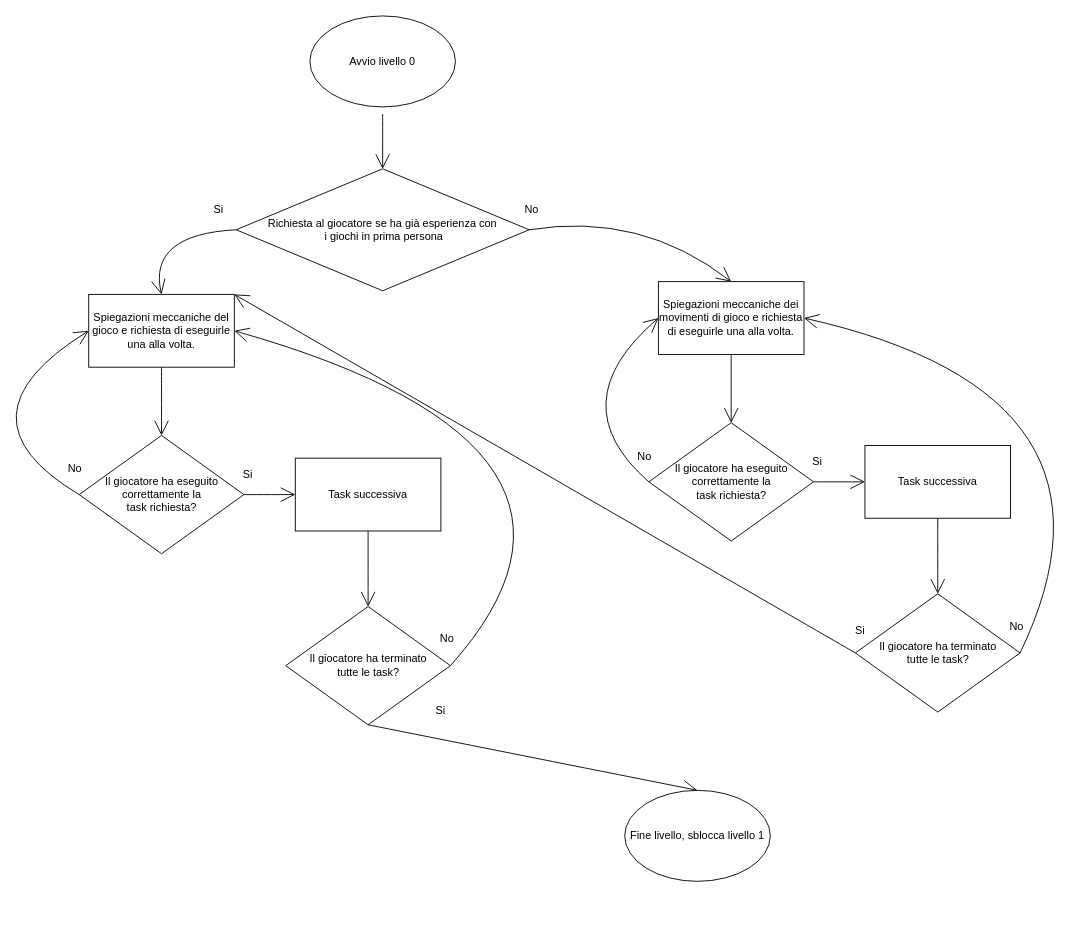
Earlier version of the draw.io diagram doc/Progetti Drawio/FlowChart/FlowchartLivello0.drawio (zSavT/Healthy-Catering). Source tidied: cells renumbered, new cells numbered last; positions are measured from the earlier drawing's top-left corner, leaving out a move shared by most shapes. Both pictures are drawn from the tidied source at 91%, with x=0, y=0 at pixel (-51, 15).
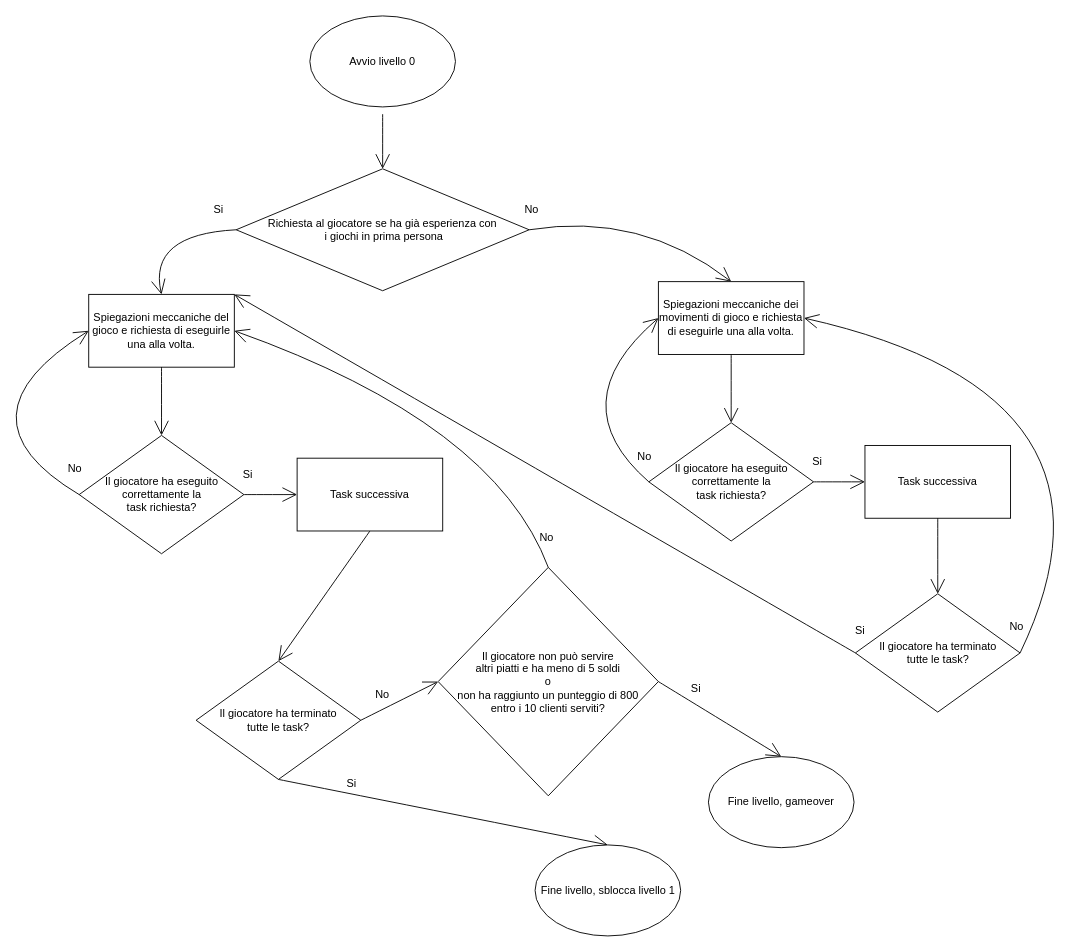
After the change.

Commit message (it also covers changes not shown here):
aggiornati flowchart livelli

The change refers to these unchanged cells:
```xml
<mxCell id="5" value="Spiegazioni meccaniche del gioco e richiesta di eseguirle una alla volta." style="rounded=0;whiteSpace=wrap;html=1;hachureGap=4;fontSize=12;" parent="1" vertex="1">
  <mxGeometry x="153" y="306" width="160" height="80" as="geometry" />
</mxCell>
```

The edit, as a diff of the source:
```diff
@@
     <mxCell id="16" value="Task successiva" style="rounded=0;whiteSpace=wrap;html=1;hachureGap=4;fontSize=12;" parent="1" vertex="1">
-      <mxGeometry x="380" y="486" width="160" height="80" as="geometry" />
+      <mxGeometry x="382" y="486" width="160" height="80" as="geometry" />
     </mxCell>
     <mxCell id="17" value="Il giocatore ha terminato&lt;br&gt;tutte le task?" style="rhombus;whiteSpace=wrap;html=1;hachureGap=4;fontSize=12;" parent="1" vertex="1">
-      <mxGeometry x="369.5" y="649" width="181" height="130" as="geometry" />
+      <mxGeometry x="271" y="709" width="181" height="130" as="geometry" />
     </mxCell>
@@
-    <mxCell id="20" style="edgeStyle=none;jettySize=auto;html=1;rounded=0;fontSize=12;endArrow=open;startSize=14;endSize=14;sourcePerimeterSpacing=8;targetPerimeterSpacing=8;curved=1;exitX=1;exitY=0.5;exitDx=0;exitDy=0;entryX=1;entryY=0.5;entryDx=0;entryDy=0;" parent="1" edge="1" source="17" target="5">
-      <mxGeometry relative="1" as="geometry">
-        <Array as="points">
-          <mxPoint x="765" y="474" />
-        </Array>
-      </mxGeometry>
-    </mxCell>
     <mxCell id="21" value="No" style="text;strokeColor=none;fillColor=none;html=1;align=center;verticalAlign=middle;whiteSpace=wrap;rounded=0;hachureGap=4;fontSize=12;" parent="1" vertex="1">
-      <mxGeometry x="517" y="670" width="60" height="30" as="geometry" />
+      <mxGeometry x="446" y="731" width="60" height="30" as="geometry" />
     </mxCell>
     <mxCell id="22" value="Fine livello, sblocca livello 1" style="ellipse;whiteSpace=wrap;html=1;hachureGap=4;fontSize=12;" parent="1" vertex="1">
-      <mxGeometry x="742" y="851" width="160" height="100" as="geometry" />
+      <mxGeometry x="643.5" y="911" width="160" height="100" as="geometry" />
     </mxCell>
@@
     <mxCell id="35" value="Si" style="text;strokeColor=none;fillColor=none;html=1;align=center;verticalAlign=middle;whiteSpace=wrap;rounded=0;hachureGap=4;fontSize=12;" parent="1" vertex="1">
-      <mxGeometry x="510" y="749" width="60" height="30" as="geometry" />
+      <mxGeometry x="411.5" y="829" width="60" height="30" as="geometry" />
     </mxCell>
@@
+    <mxCell id="38" value="Il giocatore non può servire&lt;br&gt;altri piatti e ha meno di 5 soldi&lt;br&gt;o&lt;br&gt;non ha raggiunto un punteggio di 800&lt;br&gt;entro&amp;nbsp;i 10 clienti serviti?" style="rhombus;whiteSpace=wrap;html=1;hachureGap=4;fontSize=12;" parent="1" vertex="1">
+      <mxGeometry x="537" y="606" width="242" height="251" as="geometry" />
+    </mxCell>
+    <mxCell id="39" style="edgeStyle=none;jettySize=auto;html=1;rounded=0;fontSize=12;endArrow=open;startSize=14;endSize=14;sourcePerimeterSpacing=8;targetPerimeterSpacing=8;curved=1;exitX=1;exitY=0.5;exitDx=0;exitDy=0;entryX=0;entryY=0.5;entryDx=0;entryDy=0;" parent="1" edge="1" source="17" target="38">
+      <mxGeometry relative="1" as="geometry" />
+    </mxCell>
+    <mxCell id="40" style="edgeStyle=none;jettySize=auto;html=1;rounded=0;fontSize=12;endArrow=open;startSize=14;endSize=14;sourcePerimeterSpacing=8;targetPerimeterSpacing=8;curved=1;exitX=1;exitY=0.5;exitDx=0;exitDy=0;entryX=0.5;entryY=0;entryDx=0;entryDy=0;" parent="1" edge="1" source="38" target="42">
+      <mxGeometry relative="1" as="geometry" />
+    </mxCell>
+    <mxCell id="41" value="Si" style="text;html=1;align=center;verticalAlign=middle;strokeColor=none;fillColor=none;hachureGap=4;" parent="1" vertex="1">
+      <mxGeometry x="805" y="726" width="29" height="26" as="geometry" />
+    </mxCell>
+    <mxCell id="42" value="Fine livello, gameover" style="ellipse;whiteSpace=wrap;html=1;hachureGap=4;fontSize=12;" parent="1" vertex="1">
+      <mxGeometry x="834" y="814" width="160" height="100" as="geometry" />
+    </mxCell>
+    <mxCell id="43" style="edgeStyle=none;jettySize=auto;html=1;rounded=0;fontSize=12;endArrow=open;startSize=14;endSize=14;sourcePerimeterSpacing=8;targetPerimeterSpacing=8;curved=1;exitX=0.5;exitY=0;exitDx=0;exitDy=0;entryX=1;entryY=0.5;entryDx=0;entryDy=0;" parent="1" edge="1" source="38" target="5">
+      <mxGeometry relative="1" as="geometry">
+        <Array as="points">
+          <mxPoint x="599" y="448" />
+        </Array>
+      </mxGeometry>
+    </mxCell>
+    <mxCell id="44" value="No" style="text;html=1;align=center;verticalAlign=middle;strokeColor=none;fillColor=none;hachureGap=4;" parent="1" vertex="1">
+      <mxGeometry x="639" y="560" width="33" height="26" as="geometry" />
+    </mxCell>
```
